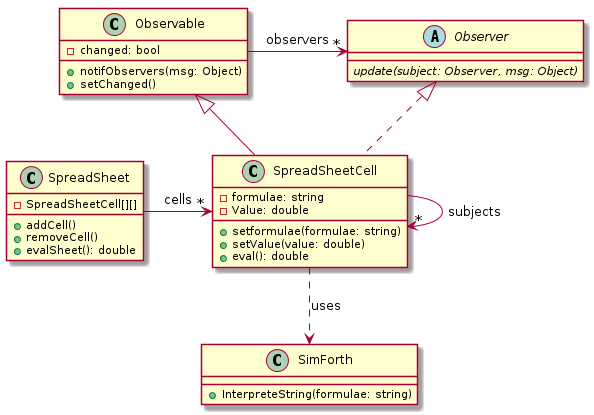
Above: doc/uml/spreadsheet.png in Lecrapouille/SimTaDyn (PlantUML), before the change. The source it was exported from:
```plantuml
@startuml

class Observable {
-changed: bool
+notifObservers(msg: Object)
+setChanged()
}

abstract class Observer {
{abstract} update(subject: Observer, msg: Object)
}

Observable -> "*" Observer : observers

class SpreadSheetCell {
-formulae: string
-Value: double
+setformulae(formulae: string)
+setValue(value: double)
+eval(): double
}

Observable <|-- SpreadSheetCell
Observer <|.. SpreadSheetCell
SpreadSheetCell --> "*" SpreadSheetCell : subjects

class SpreadSheet {
-SpreadSheetCell[][]
+addCell()
+removeCell()
+evalSheet(): double
}

class SimForth {
+InterpreteString(formulae: string)
}

SpreadSheet -> "*" SpreadSheetCell : cells
SpreadSheetCell ..> SimForth : "uses"

@enduml
```
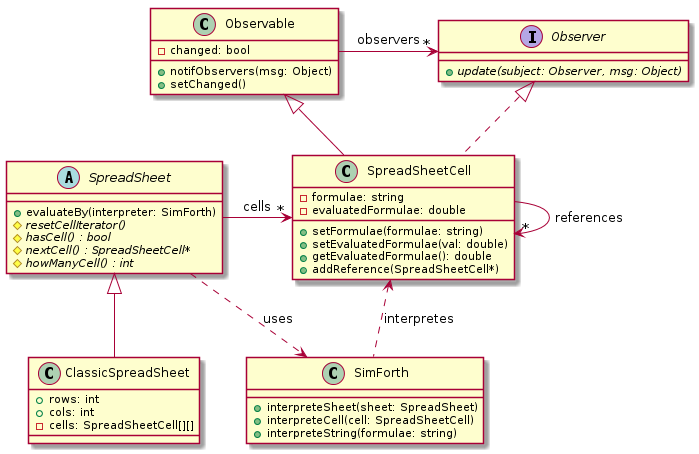
The same diagram one commit later.

The edit, as a diff of the source:
```diff
@@ -6,36 +6,48 @@
 +setChanged()
 }
 
-abstract class Observer {
-{abstract} update(subject: Observer, msg: Object)
+interface Observer {
++{abstract} update(subject: Observer, msg: Object)
 }
 
 Observable -> "*" Observer : observers
 
 class SpreadSheetCell {
 -formulae: string
--Value: double
-+setformulae(formulae: string)
-+setValue(value: double)
-+eval(): double
+-evaluatedFormulae: double
++setFormulae(formulae: string)
++setEvaluatedFormulae(val: double)
++getEvaluatedFormulae(): double
++addReference(SpreadSheetCell*)
 }
 
 Observable <|-- SpreadSheetCell
 Observer <|.. SpreadSheetCell
-SpreadSheetCell --> "*" SpreadSheetCell : subjects
+SpreadSheetCell --> "*" SpreadSheetCell : references
 
-class SpreadSheet {
--SpreadSheetCell[][]
-+addCell()
-+removeCell()
-+evalSheet(): double
+abstract class SpreadSheet {
++evaluateBy(interpreter: SimForth)
+#{abstract} resetCellIterator()
+#{abstract} hasCell() : bool
+#{abstract} nextCell() : SpreadSheetCell*
+#{abstract} howManyCell() : int
+}
+
+class ClassicSpreadSheet {
++rows: int
++cols: int
+-cells: SpreadSheetCell[][]
 }
 
 class SimForth {
-+InterpreteString(formulae: string)
++interpreteSheet(sheet: SpreadSheet)
++interpreteCell(cell: SpreadSheetCell)
++interpreteString(formulae: string)
 }
 
 SpreadSheet -> "*" SpreadSheetCell : cells
-SpreadSheetCell ..> SimForth : "uses"
+SpreadSheet <|-- ClassicSpreadSheet
+SpreadSheetCell <.. SimForth : "interpretes"
+SpreadSheet ..> SimForth : "uses"
 
 @enduml
```
